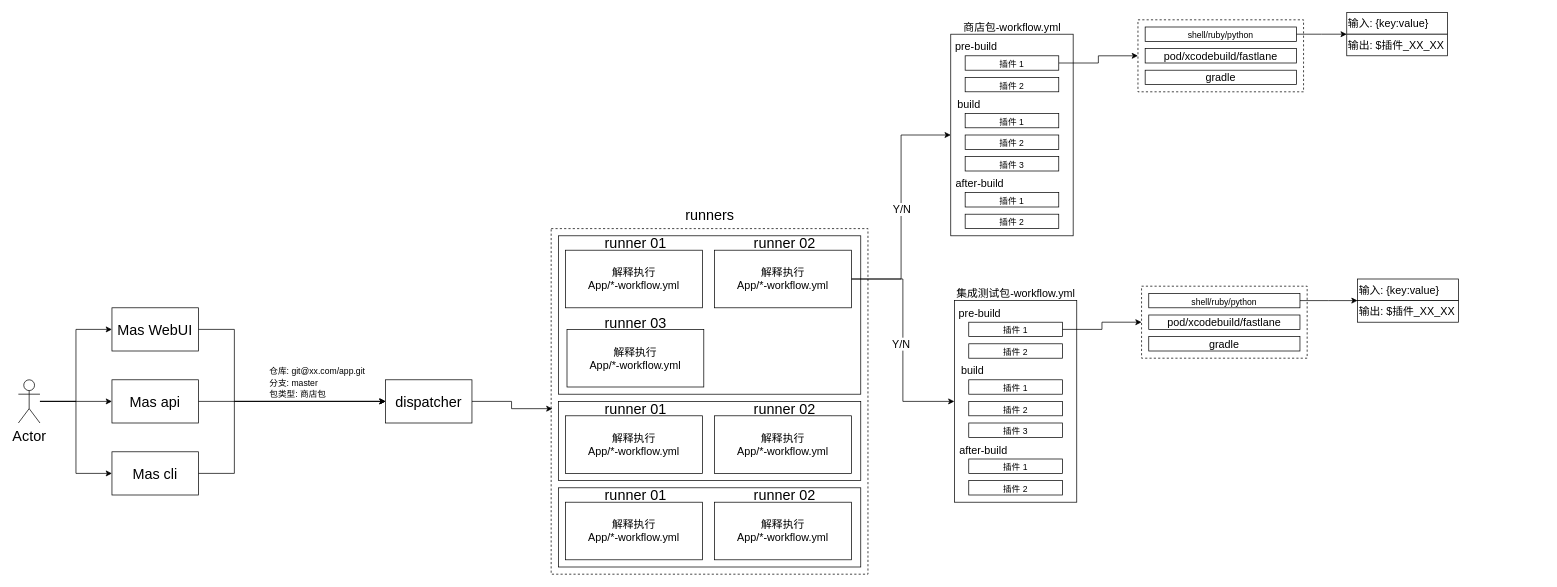
chutaiyangxiayutian/mlanes keeps this draw.io diagram as page "Page-4" (4 of 4) of Untitled Diagram.drawio. Above is the earlier version. Source tidied: cells renumbered, new cells numbered last; positions are measured from the earlier drawing's top-left corner, leaving out a move shared by most shapes. Both pictures are drawn from the tidied source at 72%, with x=0, y=0 at pixel (18, 12).
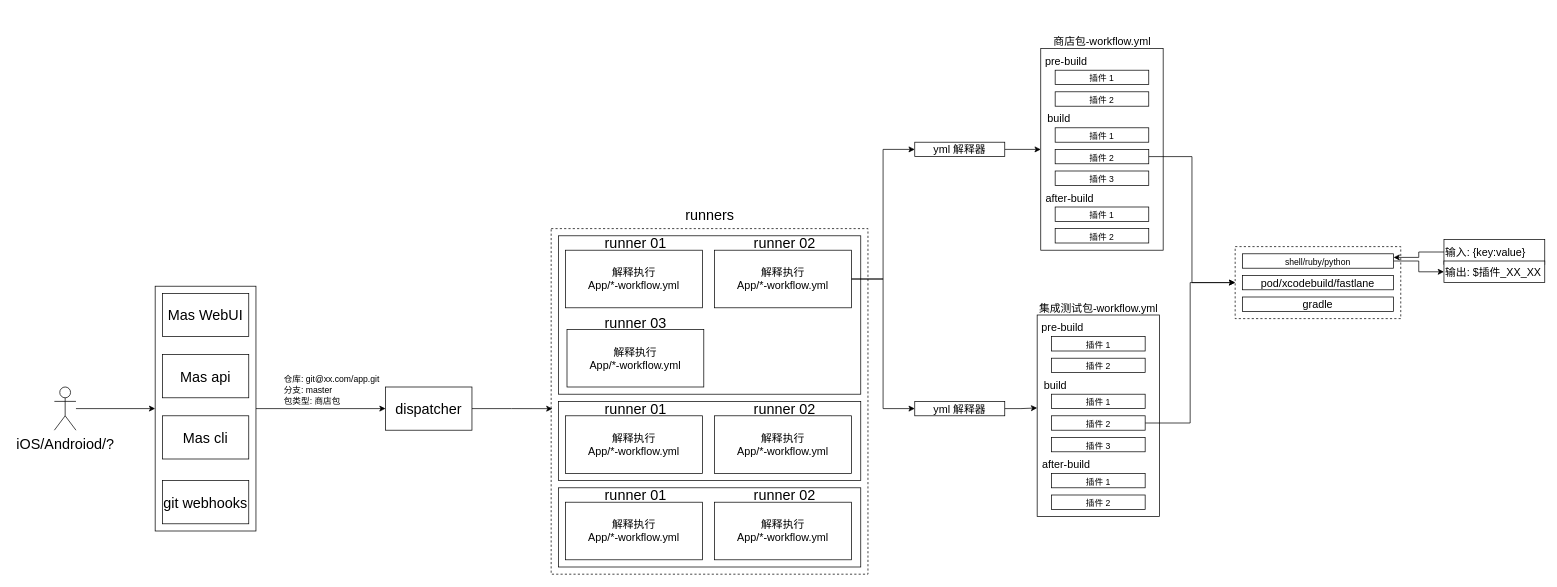
The same diagram, later.

The change refers to these unchanged cells:
```xml
<mxCell id="62" value="&lt;font style=&quot;font-size: 15px&quot;&gt;解释执行 &lt;br&gt;App/*-workflow.yml&lt;/font&gt;" style="rounded=0;whiteSpace=wrap;html=1;fontSize=12;align=center;" parent="1" vertex="1">
  <mxGeometry x="967" y="330" width="190" height="80" as="geometry" />
</mxCell>
```

Diff of the diagram source:
```diff
@@
+    <mxCell id="78" style="edgeStyle=orthogonalEdgeStyle;rounded=0;jettySize=auto;html=1;entryX=0;entryY=0.5;entryDx=0;entryDy=0;fontSize=15;" parent="1" edge="1" source="79" target="17">
+      <mxGeometry relative="1" as="geometry" />
+    </mxCell>
+    <mxCell id="79" style="rounded=0;whiteSpace=wrap;html=1;fontSize=15;align=left;" parent="1" vertex="1">
+      <mxGeometry x="190" y="380" width="140" height="340" as="geometry" />
+    </mxCell>
@@
     <mxCell id="4" style="rounded=0;whiteSpace=wrap;html=1;fontSize=20;align=center;dashed=1;" parent="1" vertex="1">
-      <mxGeometry x="1555" y="10" width="230" height="100" as="geometry" />
+      <mxGeometry x="1690" y="325" width="230" height="100" as="geometry" />
     </mxCell>
-    <mxCell id="5" style="edgeStyle=orthogonalEdgeStyle;rounded=0;jettySize=auto;html=1;entryX=0;entryY=0.5;entryDx=0;entryDy=0;fontSize=20;" parent="1" edge="1" source="8" target="14">
-      <mxGeometry relative="1" as="geometry" />
-    </mxCell>
-    <mxCell id="6" style="edgeStyle=orthogonalEdgeStyle;rounded=0;jettySize=auto;html=1;entryX=0;entryY=0.5;entryDx=0;entryDy=0;fontSize=15;" parent="1" edge="1" source="8" target="10">
-      <mxGeometry relative="1" as="geometry" />
-    </mxCell>
-    <mxCell id="7" style="edgeStyle=orthogonalEdgeStyle;rounded=0;jettySize=auto;html=1;entryX=0;entryY=0.5;entryDx=0;entryDy=0;fontSize=15;" parent="1" edge="1" source="8" target="12">
-      <mxGeometry relative="1" as="geometry" />
-    </mxCell>
+    <mxCell id="80" style="edgeStyle=orthogonalEdgeStyle;rounded=0;jettySize=auto;html=1;fontSize=15;" parent="1" edge="1" source="8" target="79">
+      <mxGeometry relative="1" as="geometry" />
+    </mxCell>
-    <mxCell id="8" value="Actor" style="shape=umlActor;verticalLabelPosition=bottom;verticalAlign=top;html=1;outlineConnect=0;fontSize=20;" parent="1" vertex="1">
-      <mxGeometry y="510" width="30" height="60" as="geometry" />
+    <mxCell id="8" value="iOS/Androiod/?" style="shape=umlActor;verticalLabelPosition=bottom;verticalAlign=top;html=1;outlineConnect=0;fontSize=20;" parent="1" vertex="1">
+      <mxGeometry x="50" y="520" width="30" height="60" as="geometry" />
     </mxCell>
-    <mxCell id="9" style="edgeStyle=orthogonalEdgeStyle;rounded=0;jettySize=auto;html=1;entryX=0;entryY=0.5;entryDx=0;entryDy=0;fontSize=12;" parent="1" edge="1" source="10" target="17">
-      <mxGeometry relative="1" as="geometry">
-        <Array as="points">
-          <mxPoint x="300" y="440" />
-          <mxPoint x="300" y="540" />
-        </Array>
-      </mxGeometry>
-    </mxCell>
     <mxCell id="10" value="Mas WebUI" style="rounded=0;whiteSpace=wrap;html=1;fontSize=20;" parent="1" vertex="1">
-      <mxGeometry x="130" y="410" width="120" height="60" as="geometry" />
+      <mxGeometry x="200" y="390" width="120" height="60" as="geometry" />
     </mxCell>
-    <mxCell id="11" style="edgeStyle=orthogonalEdgeStyle;rounded=0;jettySize=auto;html=1;entryX=0;entryY=0.5;entryDx=0;entryDy=0;fontSize=12;" parent="1" edge="1" source="12" target="17">
-      <mxGeometry relative="1" as="geometry">
-        <Array as="points">
-          <mxPoint x="300" y="640" />
-          <mxPoint x="300" y="540" />
-        </Array>
-      </mxGeometry>
-    </mxCell>
     <mxCell id="12" value="Mas cli" style="rounded=0;whiteSpace=wrap;html=1;fontSize=20;" parent="1" vertex="1">
-      <mxGeometry x="130" y="610" width="120" height="60" as="geometry" />
+      <mxGeometry x="200" y="560" width="120" height="60" as="geometry" />
     </mxCell>
-    <mxCell id="13" style="edgeStyle=orthogonalEdgeStyle;rounded=0;jettySize=auto;html=1;fontSize=12;" parent="1" edge="1" source="14" target="17">
-      <mxGeometry relative="1" as="geometry" />
-    </mxCell>
     <mxCell id="14" value="Mas api" style="rounded=0;whiteSpace=wrap;html=1;fontSize=20;" parent="1" vertex="1">
-      <mxGeometry x="130" y="510" width="120" height="60" as="geometry" />
+      <mxGeometry x="200" y="475" width="120" height="60" as="geometry" />
     </mxCell>
     <mxCell id="15" value="&lt;div style=&quot;text-align: left&quot;&gt;&lt;span style=&quot;font-size: 12px&quot;&gt;仓库: git&lt;/span&gt;&lt;font style=&quot;font-size: 12px&quot;&gt;@xx.com/app.git&lt;/font&gt;&lt;/div&gt;&lt;font style=&quot;font-size: 12px&quot;&gt;&lt;div style=&quot;text-align: left&quot;&gt;&lt;span&gt;分支: master&lt;/span&gt;&lt;/div&gt;&lt;div style=&quot;text-align: left&quot;&gt;&lt;span&gt;包类型: 商店包&lt;/span&gt;&lt;/div&gt;&lt;/font&gt;" style="text;html=1;align=center;verticalAlign=middle;strokeColor=none;fillColor=none;fontSize=20;" parent="1" vertex="1">
-      <mxGeometry x="340" y="470" width="150" height="80" as="geometry" />
+      <mxGeometry x="360" y="480" width="150" height="80" as="geometry" />
     </mxCell>
@@
     <mxCell id="17" value="dispatcher" style="rounded=0;whiteSpace=wrap;html=1;fontSize=20;" parent="1" vertex="1">
-      <mxGeometry x="510" y="510" width="120" height="60" as="geometry" />
+      <mxGeometry x="510" y="520" width="120" height="60" as="geometry" />
     </mxCell>
@@
     <mxCell id="23" style="rounded=0;whiteSpace=wrap;html=1;fontSize=20;align=center;" parent="1" vertex="1">
-      <mxGeometry x="1295" y="30" width="170" height="280" as="geometry" />
+      <mxGeometry x="1420" y="50" width="170" height="280" as="geometry" />
     </mxCell>
     <mxCell id="24" value="&lt;font style=&quot;font-size: 15px&quot;&gt;pre-build&lt;/font&gt;" style="text;html=1;align=center;verticalAlign=middle;strokeColor=none;fillColor=none;fontSize=20;" parent="1" vertex="1">
-      <mxGeometry x="1295" y="30" width="70" height="30" as="geometry" />
+      <mxGeometry x="1420" y="50" width="70" height="30" as="geometry" />
     </mxCell>
-    <mxCell id="25" style="edgeStyle=orthogonalEdgeStyle;rounded=0;jettySize=auto;html=1;fontSize=20;" parent="1" edge="1" source="26" target="4">
-      <mxGeometry relative="1" as="geometry" />
-    </mxCell>
     <mxCell id="26" value="&lt;font style=&quot;font-size: 12px&quot;&gt;插件 1&lt;/font&gt;" style="rounded=0;whiteSpace=wrap;html=1;fontSize=15;align=center;" parent="1" vertex="1">
-      <mxGeometry x="1315" y="60" width="130" height="20" as="geometry" />
+      <mxGeometry x="1440" y="80" width="130" height="20" as="geometry" />
     </mxCell>
     <mxCell id="27" value="&lt;font style=&quot;font-size: 12px&quot;&gt;插件 2&lt;/font&gt;" style="rounded=0;whiteSpace=wrap;html=1;fontSize=15;align=center;" parent="1" vertex="1">
-      <mxGeometry x="1315" y="90" width="130" height="20" as="geometry" />
+      <mxGeometry x="1440" y="110" width="130" height="20" as="geometry" />
     </mxCell>
     <mxCell id="28" value="&lt;font style=&quot;font-size: 15px&quot;&gt;build&lt;/font&gt;" style="text;html=1;align=center;verticalAlign=middle;strokeColor=none;fillColor=none;fontSize=20;" parent="1" vertex="1">
-      <mxGeometry x="1295" y="110" width="50" height="30" as="geometry" />
+      <mxGeometry x="1420" y="130" width="50" height="30" as="geometry" />
     </mxCell>
     <mxCell id="29" value="&lt;font style=&quot;font-size: 12px&quot;&gt;插件 1&lt;/font&gt;" style="rounded=0;whiteSpace=wrap;html=1;fontSize=15;align=center;" parent="1" vertex="1">
-      <mxGeometry x="1315" y="140" width="130" height="20" as="geometry" />
+      <mxGeometry x="1440" y="160" width="130" height="20" as="geometry" />
     </mxCell>
+    <mxCell id="81" style="edgeStyle=orthogonalEdgeStyle;rounded=0;jettySize=auto;html=1;entryX=0;entryY=0.5;entryDx=0;entryDy=0;fontSize=15;" parent="1" edge="1" source="30" target="4">
+      <mxGeometry relative="1" as="geometry" />
+    </mxCell>
     <mxCell id="30" value="&lt;font style=&quot;font-size: 12px&quot;&gt;插件 2&lt;/font&gt;" style="rounded=0;whiteSpace=wrap;html=1;fontSize=15;align=center;" parent="1" vertex="1">
-      <mxGeometry x="1315" y="170" width="130" height="20" as="geometry" />
+      <mxGeometry x="1440" y="190" width="130" height="20" as="geometry" />
     </mxCell>
     <mxCell id="31" value="&lt;font style=&quot;font-size: 12px&quot;&gt;插件 3&lt;/font&gt;" style="rounded=0;whiteSpace=wrap;html=1;fontSize=15;align=center;" parent="1" vertex="1">
-      <mxGeometry x="1315" y="200" width="130" height="20" as="geometry" />
+      <mxGeometry x="1440" y="220" width="130" height="20" as="geometry" />
     </mxCell>
     <mxCell id="32" value="&lt;font style=&quot;font-size: 15px&quot;&gt;after-build&lt;/font&gt;" style="text;html=1;align=center;verticalAlign=middle;strokeColor=none;fillColor=none;fontSize=20;" parent="1" vertex="1">
-      <mxGeometry x="1295" y="220" width="80" height="30" as="geometry" />
+      <mxGeometry x="1420" y="240" width="80" height="30" as="geometry" />
     </mxCell>
     <mxCell id="33" value="&lt;font style=&quot;font-size: 12px&quot;&gt;插件 1&lt;/font&gt;" style="rounded=0;whiteSpace=wrap;html=1;fontSize=15;align=center;" parent="1" vertex="1">
-      <mxGeometry x="1315" y="250" width="130" height="20" as="geometry" />
+      <mxGeometry x="1440" y="270" width="130" height="20" as="geometry" />
     </mxCell>
     <mxCell id="34" value="&lt;font style=&quot;font-size: 12px&quot;&gt;插件 2&lt;/font&gt;" style="rounded=0;whiteSpace=wrap;html=1;fontSize=15;align=center;" parent="1" vertex="1">
-      <mxGeometry x="1315" y="280" width="130" height="20" as="geometry" />
+      <mxGeometry x="1440" y="300" width="130" height="20" as="geometry" />
     </mxCell>
     <mxCell id="35" value="&lt;font style=&quot;font-size: 15px&quot;&gt;商店包-workflow.yml&lt;/font&gt;" style="text;html=1;align=center;verticalAlign=middle;strokeColor=none;fillColor=none;fontSize=12;" parent="1" vertex="1">
-      <mxGeometry x="1305" y="10" width="150" height="20" as="geometry" />
+      <mxGeometry x="1430" y="30" width="150" height="20" as="geometry" />
     </mxCell>
-    <mxCell id="36" style="edgeStyle=orthogonalEdgeStyle;rounded=0;jettySize=auto;html=1;fontSize=15;" parent="1" edge="1" source="37">
-      <mxGeometry relative="1" as="geometry">
-        <mxPoint x="1845" y="30" as="targetPoint" />
-      </mxGeometry>
-    </mxCell>
+    <mxCell id="82" style="edgeStyle=orthogonalEdgeStyle;rounded=0;jettySize=auto;html=1;fontSize=15;" parent="1" edge="1" source="37" target="65">
+      <mxGeometry relative="1" as="geometry" />
+    </mxCell>
     <mxCell id="37" value="&lt;font style=&quot;font-size: 12px&quot;&gt;shell/&lt;/font&gt;&lt;span style=&quot;font-size: 12px&quot;&gt;ruby/python&lt;/span&gt;" style="rounded=0;whiteSpace=wrap;html=1;fontSize=15;align=center;" parent="1" vertex="1">
-      <mxGeometry x="1565" y="20" width="210" height="20" as="geometry" />
+      <mxGeometry x="1700" y="335" width="210" height="20" as="geometry" />
     </mxCell>
     <mxCell id="38" value="pod/xcodebuild/fastlane" style="rounded=0;whiteSpace=wrap;html=1;fontSize=15;align=center;" parent="1" vertex="1">
-      <mxGeometry x="1565" y="50" width="210" height="20" as="geometry" />
+      <mxGeometry x="1700" y="365" width="210" height="20" as="geometry" />
     </mxCell>
     <mxCell id="39" value="gradle" style="rounded=0;whiteSpace=wrap;html=1;fontSize=15;align=center;" parent="1" vertex="1">
-      <mxGeometry x="1565" y="80" width="210" height="20" as="geometry" />
+      <mxGeometry x="1700" y="395" width="210" height="20" as="geometry" />
     </mxCell>
-    <mxCell id="40" style="rounded=0;whiteSpace=wrap;html=1;fontSize=20;align=center;dashed=1;" parent="1" vertex="1">
-      <mxGeometry x="1560" y="380" width="230" height="100" as="geometry" />
-    </mxCell>
     <mxCell id="41" style="rounded=0;whiteSpace=wrap;html=1;fontSize=20;align=center;" parent="1" vertex="1">
-      <mxGeometry x="1300" y="400" width="170" height="280" as="geometry" />
+      <mxGeometry x="1415" y="420" width="170" height="280" as="geometry" />
     </mxCell>
     <mxCell id="42" value="&lt;font style=&quot;font-size: 15px&quot;&gt;pre-build&lt;/font&gt;" style="text;html=1;align=center;verticalAlign=middle;strokeColor=none;fillColor=none;fontSize=20;" parent="1" vertex="1">
-      <mxGeometry x="1300" y="400" width="70" height="30" as="geometry" />
+      <mxGeometry x="1415" y="420" width="70" height="30" as="geometry" />
     </mxCell>
-    <mxCell id="43" style="edgeStyle=orthogonalEdgeStyle;rounded=0;jettySize=auto;html=1;fontSize=20;" parent="1" edge="1" source="44" target="40">
-      <mxGeometry relative="1" as="geometry" />
-    </mxCell>
     <mxCell id="44" value="&lt;font style=&quot;font-size: 12px&quot;&gt;插件 1&lt;/font&gt;" style="rounded=0;whiteSpace=wrap;html=1;fontSize=15;align=center;" parent="1" vertex="1">
-      <mxGeometry x="1320" y="430" width="130" height="20" as="geometry" />
+      <mxGeometry x="1435" y="450" width="130" height="20" as="geometry" />
     </mxCell>
     <mxCell id="45" value="&lt;font style=&quot;font-size: 12px&quot;&gt;插件 2&lt;/font&gt;" style="rounded=0;whiteSpace=wrap;html=1;fontSize=15;align=center;" parent="1" vertex="1">
-      <mxGeometry x="1320" y="460" width="130" height="20" as="geometry" />
+      <mxGeometry x="1435" y="480" width="130" height="20" as="geometry" />
     </mxCell>
     <mxCell id="46" value="&lt;font style=&quot;font-size: 15px&quot;&gt;build&lt;/font&gt;" style="text;html=1;align=center;verticalAlign=middle;strokeColor=none;fillColor=none;fontSize=20;" parent="1" vertex="1">
-      <mxGeometry x="1300" y="480" width="50" height="30" as="geometry" />
+      <mxGeometry x="1415" y="500" width="50" height="30" as="geometry" />
     </mxCell>
     <mxCell id="47" value="&lt;font style=&quot;font-size: 12px&quot;&gt;插件 1&lt;/font&gt;" style="rounded=0;whiteSpace=wrap;html=1;fontSize=15;align=center;" parent="1" vertex="1">
-      <mxGeometry x="1320" y="510" width="130" height="20" as="geometry" />
+      <mxGeometry x="1435" y="530" width="130" height="20" as="geometry" />
     </mxCell>
+    <mxCell id="83" style="edgeStyle=orthogonalEdgeStyle;rounded=0;jettySize=auto;html=1;entryX=0;entryY=0.5;entryDx=0;entryDy=0;fontSize=15;" parent="1" edge="1" source="48" target="4">
+      <mxGeometry relative="1" as="geometry" />
+    </mxCell>
     <mxCell id="48" value="&lt;font style=&quot;font-size: 12px&quot;&gt;插件 2&lt;/font&gt;" style="rounded=0;whiteSpace=wrap;html=1;fontSize=15;align=center;" parent="1" vertex="1">
-      <mxGeometry x="1320" y="540" width="130" height="20" as="geometry" />
+      <mxGeometry x="1435" y="560" width="130" height="20" as="geometry" />
     </mxCell>
     <mxCell id="49" value="&lt;font style=&quot;font-size: 12px&quot;&gt;插件 3&lt;/font&gt;" style="rounded=0;whiteSpace=wrap;html=1;fontSize=15;align=center;" parent="1" vertex="1">
-      <mxGeometry x="1320" y="570" width="130" height="20" as="geometry" />
+      <mxGeometry x="1435" y="590" width="130" height="20" as="geometry" />
     </mxCell>
     <mxCell id="50" value="&lt;font style=&quot;font-size: 15px&quot;&gt;after-build&lt;/font&gt;" style="text;html=1;align=center;verticalAlign=middle;strokeColor=none;fillColor=none;fontSize=20;" parent="1" vertex="1">
-      <mxGeometry x="1300" y="590" width="80" height="30" as="geometry" />
+      <mxGeometry x="1415" y="610" width="80" height="30" as="geometry" />
     </mxCell>
     <mxCell id="51" value="&lt;font style=&quot;font-size: 12px&quot;&gt;插件 1&lt;/font&gt;" style="rounded=0;whiteSpace=wrap;html=1;fontSize=15;align=center;" parent="1" vertex="1">
-      <mxGeometry x="1320" y="620" width="130" height="20" as="geometry" />
+      <mxGeometry x="1435" y="640" width="130" height="20" as="geometry" />
     </mxCell>
     <mxCell id="52" value="&lt;font style=&quot;font-size: 12px&quot;&gt;插件 2&lt;/font&gt;" style="rounded=0;whiteSpace=wrap;html=1;fontSize=15;align=center;" parent="1" vertex="1">
-      <mxGeometry x="1320" y="650" width="130" height="20" as="geometry" />
+      <mxGeometry x="1435" y="670" width="130" height="20" as="geometry" />
     </mxCell>
     <mxCell id="53" value="&lt;font style=&quot;font-size: 15px&quot;&gt;集成测试包-workflow.yml&lt;/font&gt;" style="text;html=1;align=center;verticalAlign=middle;strokeColor=none;fillColor=none;fontSize=12;" parent="1" vertex="1">
-      <mxGeometry x="1295" y="380" width="180" height="20" as="geometry" />
+      <mxGeometry x="1410" y="400" width="180" height="20" as="geometry" />
     </mxCell>
-    <mxCell id="54" style="edgeStyle=orthogonalEdgeStyle;rounded=0;jettySize=auto;html=1;fontSize=15;" parent="1" edge="1" source="55">
-      <mxGeometry relative="1" as="geometry">
-        <mxPoint x="1860" y="400" as="targetPoint" />
-      </mxGeometry>
-    </mxCell>
-    <mxCell id="55" value="&lt;font style=&quot;font-size: 12px&quot;&gt;shell/&lt;/font&gt;&lt;span style=&quot;font-size: 12px&quot;&gt;ruby/python&lt;/span&gt;" style="rounded=0;whiteSpace=wrap;html=1;fontSize=15;align=center;" parent="1" vertex="1">
-      <mxGeometry x="1570" y="390" width="210" height="20" as="geometry" />
-    </mxCell>
-    <mxCell id="56" value="pod/xcodebuild/fastlane" style="rounded=0;whiteSpace=wrap;html=1;fontSize=15;align=center;" parent="1" vertex="1">
-      <mxGeometry x="1570" y="420" width="210" height="20" as="geometry" />
-    </mxCell>
-    <mxCell id="57" value="gradle" style="rounded=0;whiteSpace=wrap;html=1;fontSize=15;align=center;" parent="1" vertex="1">
-      <mxGeometry x="1570" y="450" width="210" height="20" as="geometry" />
-    </mxCell>
-    <mxCell id="58" style="edgeStyle=orthogonalEdgeStyle;rounded=0;jettySize=auto;html=1;entryX=0;entryY=0.5;entryDx=0;entryDy=0;fontSize=15;" parent="1" edge="1" source="62" target="23">
-      <mxGeometry relative="1" as="geometry" />
-    </mxCell>
-    <mxCell id="59" value="Y/N" style="edgeLabel;html=1;align=center;verticalAlign=middle;fontSize=15;" parent="58" vertex="1">
-      <mxGeometry x="-0.01" relative="1" as="geometry" />
-    </mxCell>
-    <mxCell id="60" style="edgeStyle=orthogonalEdgeStyle;rounded=0;jettySize=auto;html=1;entryX=0;entryY=0.5;entryDx=0;entryDy=0;fontSize=15;" parent="1" edge="1" source="62" target="41">
-      <mxGeometry relative="1" as="geometry" />
-    </mxCell>
-    <mxCell id="61" value="Y/N" style="edgeLabel;html=1;align=center;verticalAlign=middle;fontSize=15;" parent="60" vertex="1">
-      <mxGeometry x="0.03" y="-3" relative="1" as="geometry" />
-    </mxCell>
+    <mxCell id="84" style="edgeStyle=orthogonalEdgeStyle;rounded=0;jettySize=auto;html=1;entryX=0;entryY=0.5;entryDx=0;entryDy=0;fontSize=15;" parent="1" edge="1" source="62" target="89">
+      <mxGeometry relative="1" as="geometry" />
+    </mxCell>
+    <mxCell id="85" style="edgeStyle=orthogonalEdgeStyle;rounded=0;jettySize=auto;html=1;entryX=0;entryY=0.5;entryDx=0;entryDy=0;fontSize=15;" parent="1" edge="1" source="62" target="91">
+      <mxGeometry relative="1" as="geometry" />
+    </mxCell>
@@
+    <mxCell id="86" style="edgeStyle=orthogonalEdgeStyle;rounded=0;jettySize=auto;html=1;entryX=1;entryY=0.25;entryDx=0;entryDy=0;fontSize=15;" parent="1" edge="1" source="64" target="37">
+      <mxGeometry relative="1" as="geometry" />
+    </mxCell>
     <mxCell id="64" value="输入: {key:value}" style="rounded=0;whiteSpace=wrap;html=1;fontSize=15;align=left;" parent="1" vertex="1">
-      <mxGeometry x="1845" width="140" height="30" as="geometry" />
+      <mxGeometry x="1980" y="315" width="140" height="35" as="geometry" />
     </mxCell>
     <mxCell id="65" value="输出: $插件_XX_XX" style="rounded=0;whiteSpace=wrap;html=1;fontSize=15;align=left;" parent="1" vertex="1">
-      <mxGeometry x="1845" y="30" width="140" height="30" as="geometry" />
+      <mxGeometry x="1980" y="345" width="140" height="30" as="geometry" />
     </mxCell>
-    <mxCell id="66" value="输入: {key:value}" style="rounded=0;whiteSpace=wrap;html=1;fontSize=15;align=left;" parent="1" vertex="1">
-      <mxGeometry x="1860" y="370" width="140" height="30" as="geometry" />
-    </mxCell>
-    <mxCell id="67" value="输出: $插件_XX_XX" style="rounded=0;whiteSpace=wrap;html=1;fontSize=15;align=left;" parent="1" vertex="1">
-      <mxGeometry x="1860" y="400" width="140" height="30" as="geometry" />
-    </mxCell>
@@
+    <mxCell id="87" value="git webhooks" style="rounded=0;whiteSpace=wrap;html=1;fontSize=20;" parent="1" vertex="1">
+      <mxGeometry x="200" y="650" width="120" height="60" as="geometry" />
+    </mxCell>
+    <mxCell id="88" style="edgeStyle=orthogonalEdgeStyle;rounded=0;jettySize=auto;html=1;entryX=0;entryY=0.5;entryDx=0;entryDy=0;fontSize=15;" parent="1" edge="1" source="89" target="23">
+      <mxGeometry relative="1" as="geometry" />
+    </mxCell>
+    <mxCell id="89" value="yml 解释器" style="rounded=0;whiteSpace=wrap;html=1;fontSize=15;align=center;" parent="1" vertex="1">
+      <mxGeometry x="1245" y="180" width="125" height="20" as="geometry" />
+    </mxCell>
+    <mxCell id="90" style="edgeStyle=orthogonalEdgeStyle;rounded=0;jettySize=auto;html=1;entryX=0;entryY=0.461;entryDx=0;entryDy=0;entryPerimeter=0;fontSize=15;" parent="1" edge="1" source="91" target="41">
+      <mxGeometry relative="1" as="geometry" />
+    </mxCell>
+    <mxCell id="91" value="yml 解释器" style="rounded=0;whiteSpace=wrap;html=1;fontSize=15;align=center;" parent="1" vertex="1">
+      <mxGeometry x="1245" y="540" width="125" height="20" as="geometry" />
+    </mxCell>
```
